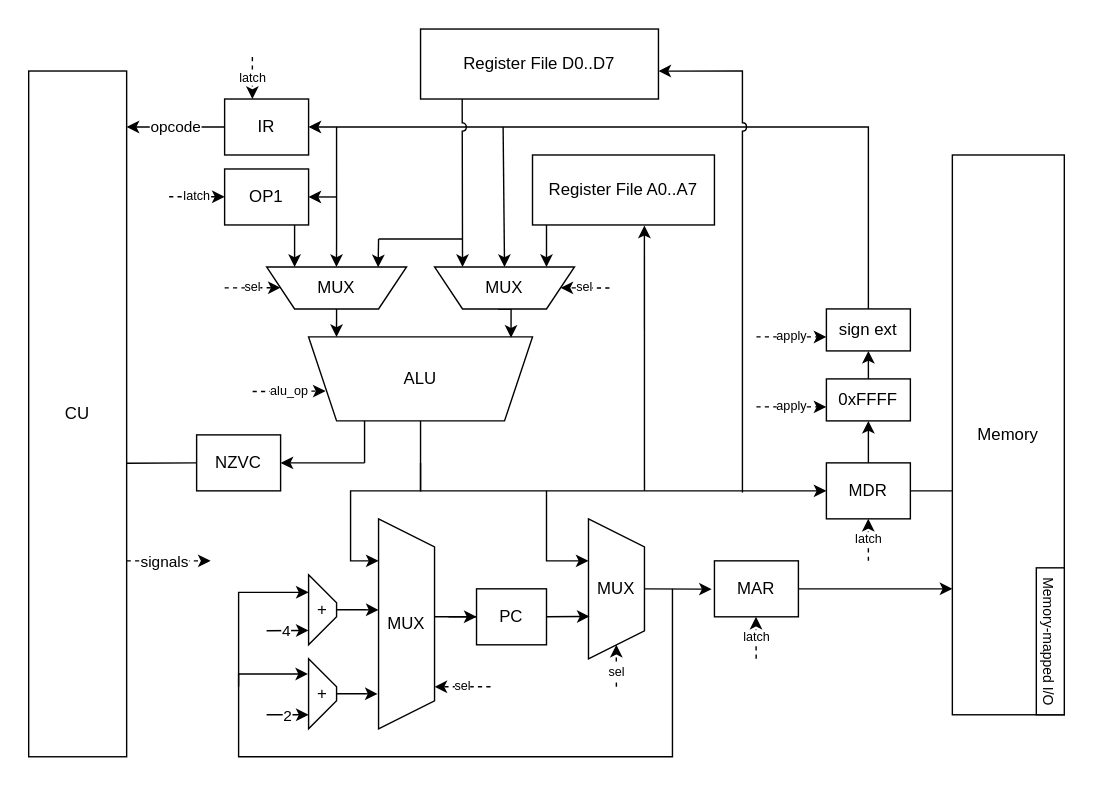
Earlier version of the draw.io export m68k.drawio.svg (itmovalesnikov/ak3-scheme). Source tidied: cells renumbered, new cells last; positions are measured from the earlier drawing's top-left corner, leaving out a move shared by most shapes.
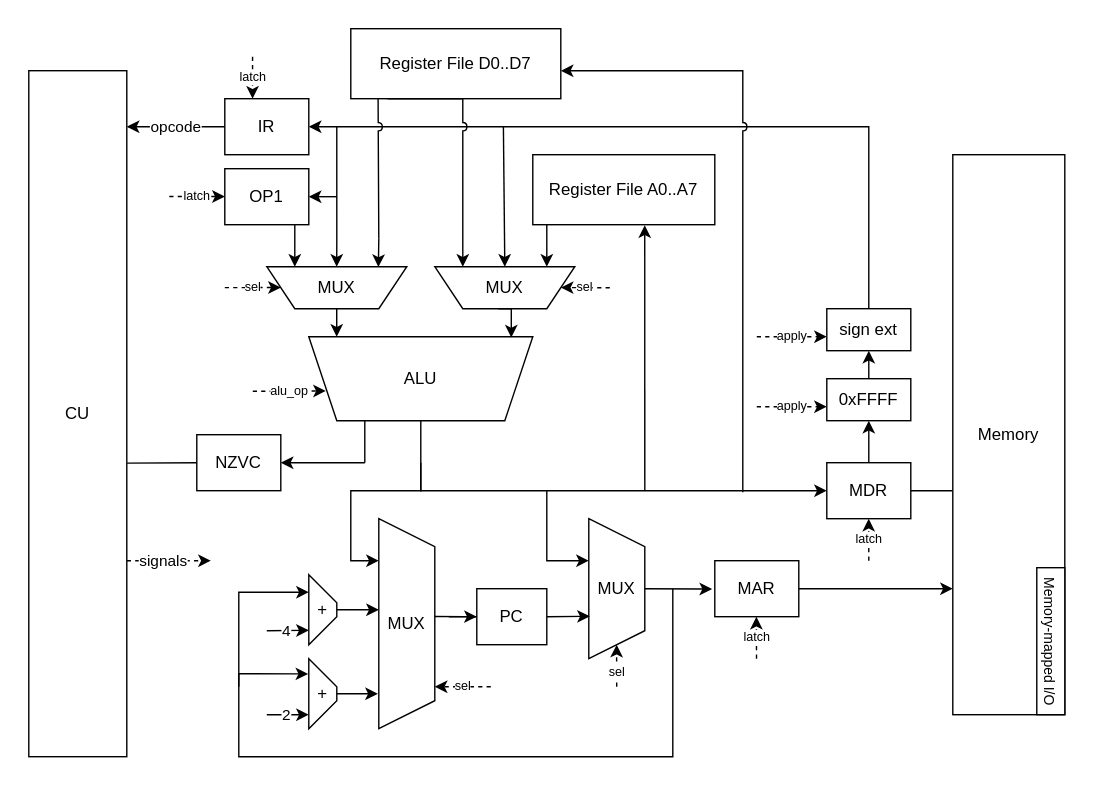
After the commit.

Diff of the diagram source:
```diff
@@ -66,7 +66,7 @@
       <mxGeometry x="290" y="170" width="100" height="30" as="geometry" />
     </mxCell>
     <mxCell id="12" value="Register File D0..D7" style="rounded=0;whiteSpace=wrap;html=1;points=[[0,0,0,0,0],[0,0.25,0,0,0],[0,0.5,0,0,0],[0,0.75,0,0,0],[0,1,0,0,0],[0.13,1,0,0,0],[0.25,0,0,0,0],[0.25,1,0,0,0],[0.38,1,0,0,0],[0.5,0,0,0,0],[0.5,1,0,0,0],[0.63,1,0,0,0],[0.75,0,0,0,0],[0.75,1,0,0,0],[0.88,1,0,0,0],[1,0,0,0,0],[1,0.25,0,0,0],[1,0.5,0,0,0],[1,0.75,0,0,0],[1,1,0,0,0]];" parent="1" vertex="1">
-      <mxGeometry x="280" width="170" height="50" as="geometry" />
+      <mxGeometry x="230" width="150" height="50" as="geometry" />
     </mxCell>
     <mxCell id="13" value="alu_op" style="endArrow=classic;html=1;rounded=0;entryX=0.076;entryY=0.355;entryDx=0;entryDy=0;curved=0;strokeColor=default;jumpStyle=none;fixDash=0;dashed=1;fontSize=9;entryPerimeter=0;" parent="1" edge="1" target="7">
       <mxGeometry relative="1" as="geometry">
@@ -298,10 +298,9 @@
         <mxPoint x="250" y="150" as="sourcePoint" />
       </mxGeometry>
     </mxCell>
-    <mxCell id="55" style="endArrow=none;html=1;rounded=0;" parent="1" edge="1">
+    <mxCell id="55" style="endArrow=none;html=1;rounded=0;entryX=0.13;entryY=1;entryDx=0;entryDy=0;entryPerimeter=0;jumpStyle=arc;" parent="1" edge="1" target="12">
       <mxGeometry relative="1" as="geometry">
         <mxPoint x="250" y="150" as="sourcePoint" />
-        <mxPoint x="310" y="150" as="targetPoint" />
       </mxGeometry>
     </mxCell>
     <mxCell id="56" style="endArrow=classic;html=1;rounded=0;entryX=0.5;entryY=1;entryDx=0;entryDy=0;" parent="1" edge="1" target="11">
```
